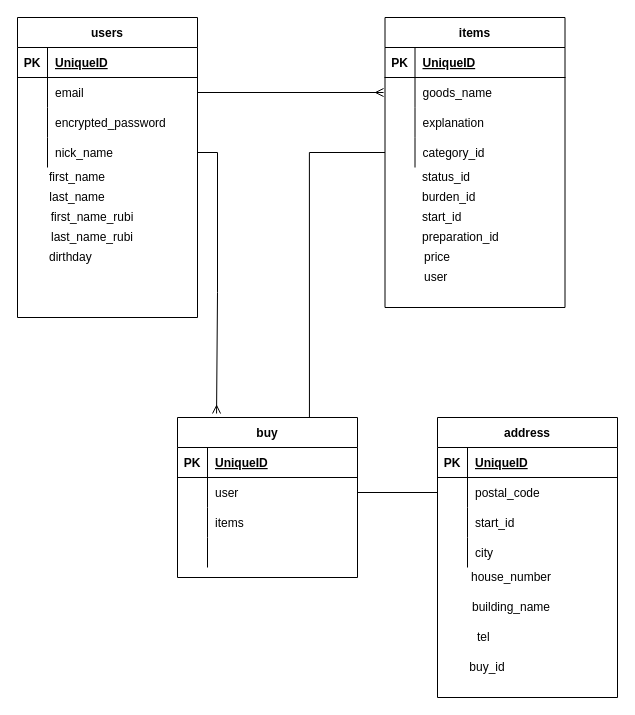
Before: tesuto.dio in 95mao/furima-34801, a draw.io diagram. Source tidied: cells renumbered, new cells numbered last; positions are measured from the earlier drawing's top-left corner, leaving out a move shared by most shapes. Both pictures are drawn from the tidied source at 100%, with x=0, y=0 at pixel (17, 17).
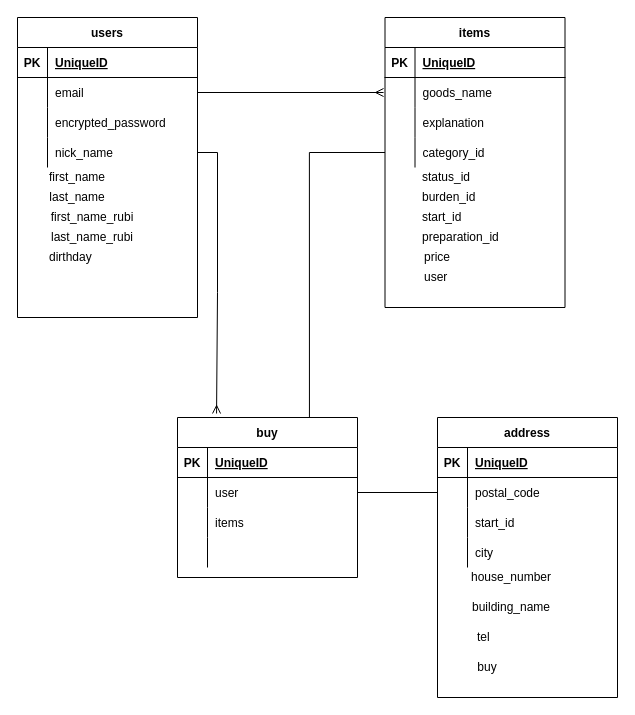
The same page after the edit.

Commit message:
データベース修正６

What changed in the source:
```diff
@@
-    <mxCell id="66" value="buy_id" style="text;html=1;strokeColor=none;fillColor=none;align=center;verticalAlign=middle;whiteSpace=wrap;rounded=0;" parent="1" vertex="1">
+    <mxCell id="66" value="buy" style="text;html=1;strokeColor=none;fillColor=none;align=center;verticalAlign=middle;whiteSpace=wrap;rounded=0;" parent="1" vertex="1">
       <mxGeometry x="450" y="640" width="40" height="20" as="geometry" />
     </mxCell>
```
